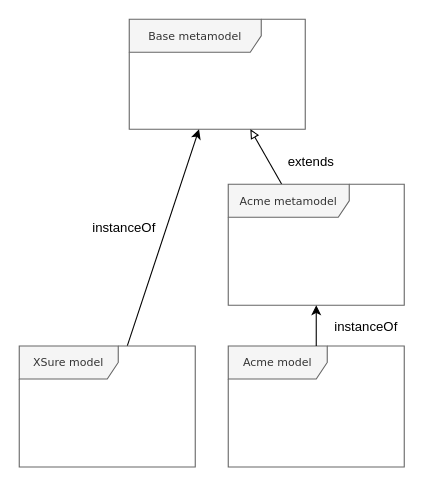
The draw.io diagram Figures/MultilevelArchitecture.drawio in labsticc-p4s/multi-process-challenge, before the edit. Source tidied: cells renumbered, new cells numbered last; positions are measured from the earlier drawing's top-left corner, leaving out a move shared by most shapes. Both pictures are drawn from the tidied source at 110%, with x=0, y=0 at pixel (19, 19).
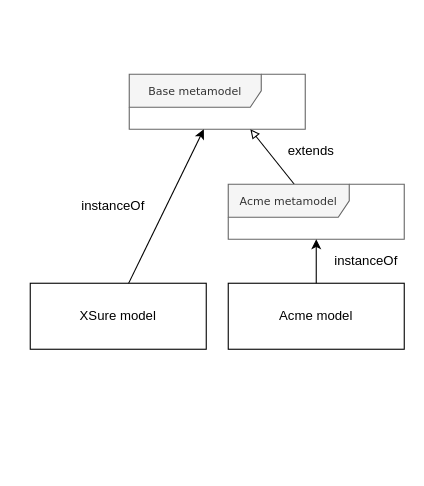
After the change.

Commit message (it also covers changes not shown here):
Fig 2 differencie MM et M

What changed in the source:
```diff
@@
 <mxGraphModel background="#ffffff">
   <root>
     <mxCell id="0" />
     <mxCell id="1" parent="0" />
     <mxCell id="2" value="Base metamodel" style="shape=umlFrame;whiteSpace=wrap;html=1;rounded=0;shadow=0;comic=0;labelBackgroundColor=none;strokeWidth=1;fontFamily=Verdana;fontSize=10;align=center;width=120;height=30;fillColor=#f5f5f5;strokeColor=#666666;fontColor=#333333;" parent="1" vertex="1">
-      <mxGeometry x="100" width="160" height="100" as="geometry" />
+      <mxGeometry x="100" y="50" width="160" height="50" as="geometry" />
     </mxCell>
-    <mxCell id="3" style="rounded=0;jettySize=auto;html=1;" parent="1" edge="1" source="4" target="2">
+    <mxCell id="3" style="rounded=0;jettySize=auto;html=1;exitX=0.556;exitY=0.017;exitDx=0;exitDy=0;exitPerimeter=0;" parent="1" edge="1" source="4" target="2">
       <mxGeometry relative="1" as="geometry" />
     </mxCell>
-    <mxCell id="4" value="XSure model" style="shape=umlFrame;whiteSpace=wrap;html=1;rounded=0;shadow=0;comic=0;labelBackgroundColor=none;strokeWidth=1;fontFamily=Verdana;fontSize=10;align=center;width=90;height=30;fillColor=#f5f5f5;strokeColor=#666666;fontColor=#333333;" parent="1" vertex="1">
-      <mxGeometry y="297" width="160" height="110" as="geometry" />
-    </mxCell>
-    <mxCell id="5" value="Acme model" style="shape=umlFrame;whiteSpace=wrap;html=1;rounded=0;shadow=0;comic=0;labelBackgroundColor=none;strokeWidth=1;fontFamily=Verdana;fontSize=10;align=center;width=90;height=30;fillColor=#f5f5f5;strokeColor=#666666;fontColor=#333333;" parent="1" vertex="1">
-      <mxGeometry x="190" y="297" width="160" height="110" as="geometry" />
-    </mxCell>
     <mxCell id="6" style="edgeStyle=none;rounded=0;jettySize=auto;html=1;entryX=0.688;entryY=1;entryDx=0;entryDy=0;entryPerimeter=0;endArrow=block;endFill=0;" parent="1" edge="1" source="7" target="2">
       <mxGeometry relative="1" as="geometry" />
     </mxCell>
     <mxCell id="7" value="Acme metamodel" style="shape=umlFrame;whiteSpace=wrap;html=1;rounded=0;shadow=0;comic=0;labelBackgroundColor=none;strokeWidth=1;fontFamily=Verdana;fontSize=10;align=center;width=110;height=30;fillColor=#f5f5f5;strokeColor=#666666;fontColor=#333333;" parent="1" vertex="1">
-      <mxGeometry x="190" y="150" width="160" height="110" as="geometry" />
+      <mxGeometry x="190" y="150" width="160" height="50" as="geometry" />
     </mxCell>
     <mxCell id="8" value="instanceOf" style="text;html=1;align=center;verticalAlign=middle;strokeColor=none;" parent="1" vertex="1">
-      <mxGeometry x="60" y="180" width="70" height="20" as="geometry" />
+      <mxGeometry x="50" y="160" width="70" height="20" as="geometry" />
     </mxCell>
-    <mxCell id="9" style="rounded=0;jettySize=auto;html=1;" parent="1" edge="1" source="5" target="7">
-      <mxGeometry relative="1" as="geometry" />
+    <mxCell id="9" style="rounded=0;jettySize=auto;html=1;" parent="1" edge="1" target="7">
+      <mxGeometry relative="1" as="geometry">
+        <mxPoint x="270" y="297" as="sourcePoint" />
+      </mxGeometry>
     </mxCell>
     <mxCell id="10" value="instanceOf" style="text;html=1;align=center;verticalAlign=middle;strokeColor=none;" parent="1" vertex="1">
-      <mxGeometry x="280" y="270" width="70" height="20" as="geometry" />
+      <mxGeometry x="280" y="210" width="70" height="20" as="geometry" />
     </mxCell>
     <mxCell id="11" value="extends" style="text;html=1;align=center;verticalAlign=middle;strokeColor=none;" parent="1" vertex="1">
-      <mxGeometry x="235" y="120" width="60" height="20" as="geometry" />
+      <mxGeometry x="235" y="110" width="60" height="20" as="geometry" />
     </mxCell>
+    <mxCell id="5" value="Acme model" style="rounded=0;whiteSpace=wrap;html=1;" parent="1" vertex="1">
+      <mxGeometry x="190" y="240" width="160" height="60" as="geometry" />
+    </mxCell>
+    <mxCell id="4" value="XSure model" style="rounded=0;whiteSpace=wrap;html=1;" parent="1" vertex="1">
+      <mxGeometry x="10" y="240" width="160" height="60" as="geometry" />
+    </mxCell>
   </root>
 </mxGraphModel>
```
